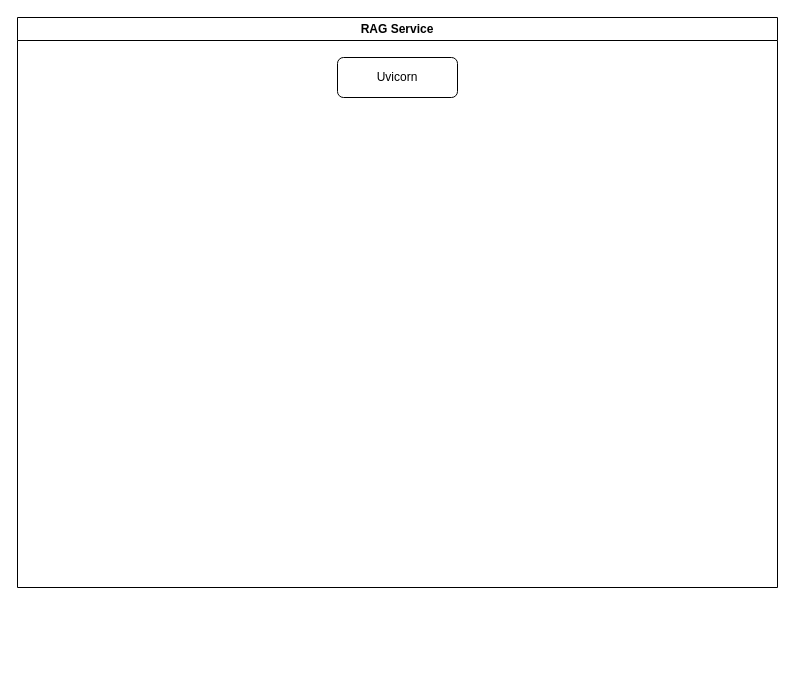
Before: nyx/services/rag/docs/diagrams/RAG_Structure.drawio in P4blo003/nyx, a draw.io diagram. Source tidied: cells renumbered, new cells numbered last; positions are measured from the earlier drawing's top-left corner, leaving out a move shared by most shapes. Both pictures are drawn from the tidied source at 100%, with x=0, y=0 at pixel (17, 17).
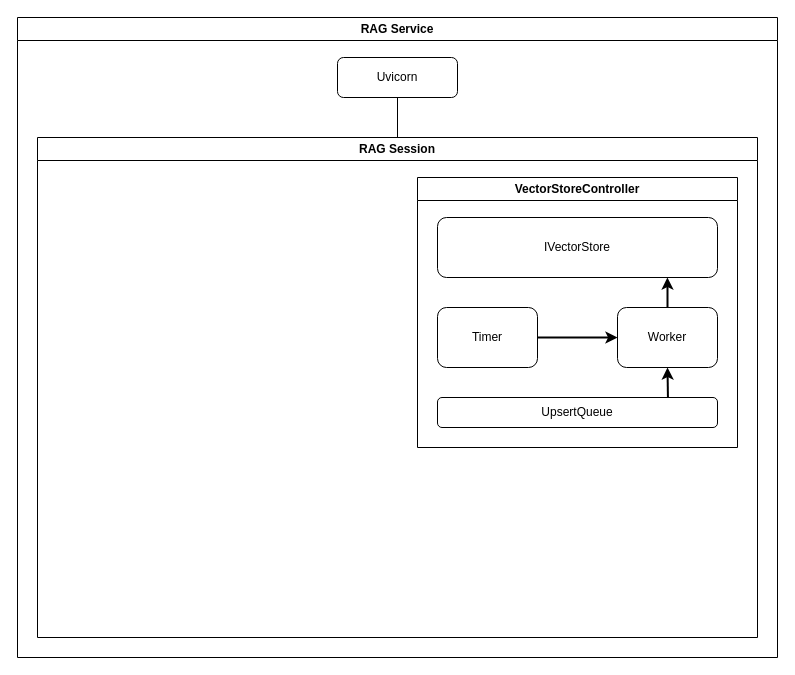
The same page after the edit.

What changed in the source:
```diff
@@
 <mxGraphModel>
   <root>
     <mxCell id="0" />
     <mxCell id="1" parent="0" />
     <mxCell id="2" value="RAG Service" style="swimlane;whiteSpace=wrap;html=1;" parent="1" vertex="1">
-      <mxGeometry width="760" height="570" as="geometry" />
+      <mxGeometry width="760" height="640" as="geometry" />
     </mxCell>
+    <mxCell id="4" style="edgeStyle=orthogonalEdgeStyle;rounded=0;jettySize=auto;html=1;entryX=0.5;entryY=0;entryDx=0;entryDy=0;endArrow=none;endFill=0;" parent="2" edge="1" source="3" target="5">
+      <mxGeometry relative="1" as="geometry" />
+    </mxCell>
     <mxCell id="3" value="Uvicorn" style="rounded=1;whiteSpace=wrap;html=1;" parent="2" vertex="1">
       <mxGeometry x="320" y="40" width="120" height="40" as="geometry" />
     </mxCell>
+    <mxCell id="5" value="RAG Session" style="swimlane;whiteSpace=wrap;html=1;" parent="2" vertex="1">
+      <mxGeometry x="20" y="120" width="720" height="500" as="geometry" />
+    </mxCell>
+    <mxCell id="6" value="VectorStoreController" style="swimlane;whiteSpace=wrap;html=1;" parent="5" vertex="1">
+      <mxGeometry x="380" y="40" width="320" height="270" as="geometry" />
+    </mxCell>
+    <mxCell id="7" style="edgeStyle=orthogonalEdgeStyle;rounded=0;jettySize=auto;html=1;exitX=0.823;exitY=-0.016;exitDx=0;exitDy=0;entryX=0.5;entryY=1;entryDx=0;entryDy=0;exitPerimeter=0;strokeWidth=2;" parent="6" edge="1" source="8" target="11">
+      <mxGeometry relative="1" as="geometry" />
+    </mxCell>
+    <mxCell id="8" value="UpsertQueue" style="rounded=1;whiteSpace=wrap;html=1;" parent="6" vertex="1">
+      <mxGeometry x="20" y="220" width="280" height="30" as="geometry" />
+    </mxCell>
+    <mxCell id="9" style="edgeStyle=orthogonalEdgeStyle;rounded=0;jettySize=auto;html=1;entryX=0;entryY=0.5;entryDx=0;entryDy=0;strokeWidth=2;" parent="6" edge="1" source="10" target="11">
+      <mxGeometry relative="1" as="geometry" />
+    </mxCell>
+    <mxCell id="10" value="Timer" style="rounded=1;whiteSpace=wrap;html=1;" parent="6" vertex="1">
+      <mxGeometry x="20" y="130" width="100" height="60" as="geometry" />
+    </mxCell>
+    <mxCell id="11" value="Worker" style="rounded=1;whiteSpace=wrap;html=1;" parent="6" vertex="1">
+      <mxGeometry x="200" y="130" width="100" height="60" as="geometry" />
+    </mxCell>
+    <mxCell id="12" value="IVectorStore" style="rounded=1;whiteSpace=wrap;html=1;" parent="6" vertex="1">
+      <mxGeometry x="20" y="40" width="280" height="60" as="geometry" />
+    </mxCell>
+    <mxCell id="13" style="edgeStyle=orthogonalEdgeStyle;rounded=0;jettySize=auto;html=1;entryX=0.821;entryY=1;entryDx=0;entryDy=0;entryPerimeter=0;strokeWidth=2;" parent="6" edge="1" source="11" target="12">
+      <mxGeometry relative="1" as="geometry" />
+    </mxCell>
   </root>
 </mxGraphModel>
```
